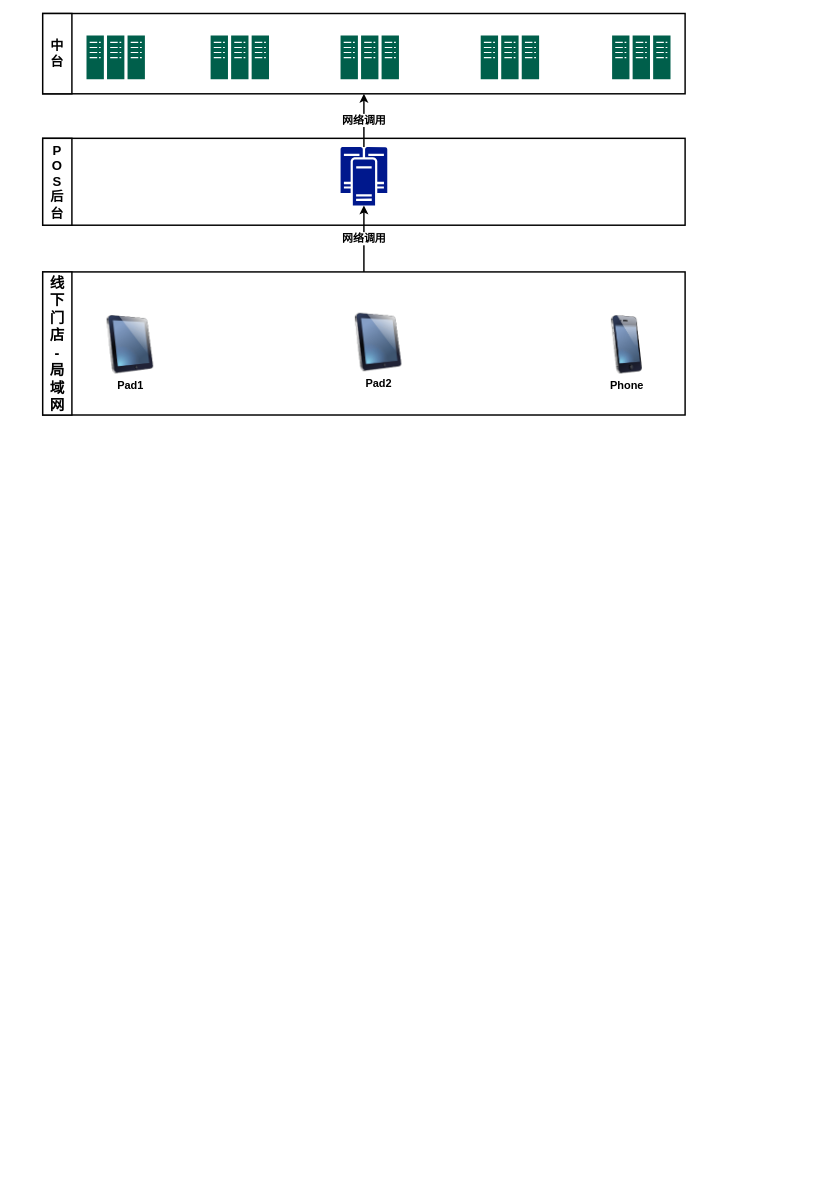
Above: page "Offline-cashier" (16 of 21) of authz/Omini-Store.drawio in jackie-thank/beego-authz (draw.io), before the change. Source tidied: cells renumbered, new cells numbered last; positions are measured from the earlier drawing's top-left corner, leaving out a move shared by most shapes. Both pictures are drawn from the tidied source at 73%, with x=0, y=0 at pixel (42, 13).
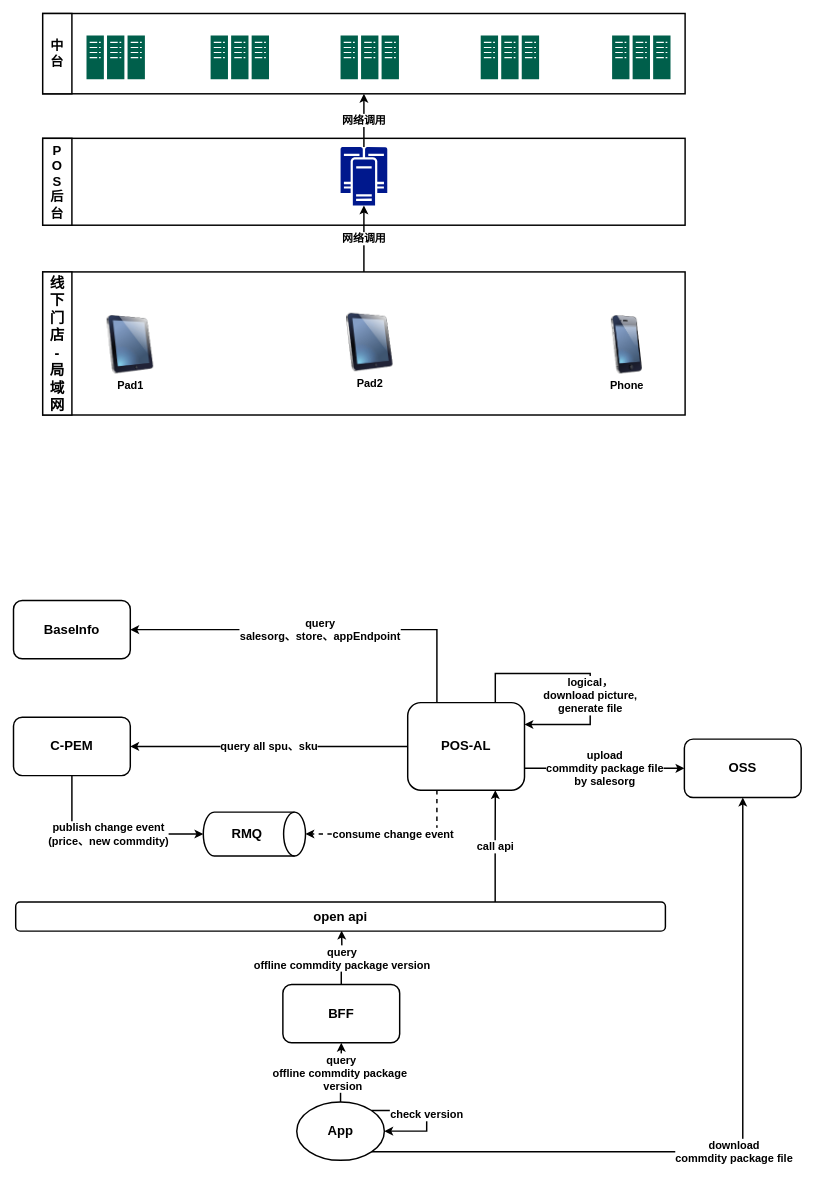
The same page after the edit.

What changed in the source:
```diff
@@
     <mxCell id="7" value="Pad2" style="image;html=1;image=img/lib/clip_art/computers/iPad_128x128.png;fontSize=15;fontStyle=1;" parent="1" vertex="1">
-      <mxGeometry x="420" y="410.5" width="80" height="80" as="geometry" />
+      <mxGeometry x="408" y="410.5" width="80" height="80" as="geometry" />
     </mxCell>
@@
+    <mxCell id="19" value="query all spu、sku" style="edgeStyle=orthogonalEdgeStyle;rounded=0;jettySize=auto;html=1;exitX=0;exitY=0.5;exitDx=0;exitDy=0;strokeWidth=2;fontSize=15;fontStyle=1;" parent="1" edge="1" source="22" target="23">
+      <mxGeometry relative="1" as="geometry" />
+    </mxCell>
+    <mxCell id="20" value="query&lt;br&gt;salesorg、store、appEndpoint" style="edgeStyle=orthogonalEdgeStyle;rounded=0;jettySize=auto;html=1;exitX=0.25;exitY=0;exitDx=0;exitDy=0;entryX=1;entryY=0.5;entryDx=0;entryDy=0;fontSize=15;fontStyle=1;strokeWidth=2;" parent="1" edge="1" source="22" target="28">
+      <mxGeometry relative="1" as="geometry" />
+    </mxCell>
+    <mxCell id="21" value="upload &lt;br&gt;commdity package file &lt;br&gt;by salesorg" style="edgeStyle=orthogonalEdgeStyle;rounded=0;jettySize=auto;html=1;exitX=1;exitY=0.75;exitDx=0;exitDy=0;entryX=0;entryY=0.5;entryDx=0;entryDy=0;strokeWidth=2;fontSize=15;fontStyle=1;" parent="1" edge="1" source="22" target="30">
+      <mxGeometry relative="1" as="geometry" />
+    </mxCell>
+    <mxCell id="22" value="POS-AL" style="rounded=1;whiteSpace=wrap;html=1;fontSize=18;fontStyle=1;strokeWidth=2;" parent="1" vertex="1">
+      <mxGeometry x="500" y="944" width="160" height="120" as="geometry" />
+    </mxCell>
+    <mxCell id="23" value="C-PEM" style="rounded=1;whiteSpace=wrap;html=1;fontSize=18;fontStyle=1;strokeWidth=2;" parent="1" vertex="1">
+      <mxGeometry x="-40" y="964" width="160" height="80" as="geometry" />
+    </mxCell>
+    <mxCell id="24" style="shape=cylinder3;whiteSpace=wrap;html=1;boundedLbl=1;backgroundOutline=1;size=15;rotation=90;strokeWidth=2;" parent="1" vertex="1">
+      <mxGeometry x="260" y="1054" width="60" height="140" as="geometry" />
+    </mxCell>
+    <mxCell id="25" value="RMQ" style="text;html=1;strokeColor=none;fillColor=none;align=center;verticalAlign=middle;whiteSpace=wrap;rounded=0;fontSize=18;fontStyle=1;" parent="1" vertex="1">
+      <mxGeometry x="250" y="1109" width="60" height="30" as="geometry" />
+    </mxCell>
+    <mxCell id="26" value="publish change event&lt;br style=&quot;font-size: 15px;&quot;&gt;(price、new commdity)" style="edgeStyle=orthogonalEdgeStyle;rounded=0;jettySize=auto;html=1;exitX=0.5;exitY=1;exitDx=0;exitDy=0;entryX=0.5;entryY=1;entryDx=0;entryDy=0;entryPerimeter=0;fontSize=15;fontStyle=1;strokeWidth=2;" parent="1" edge="1" source="23" target="24">
+      <mxGeometry relative="1" as="geometry" />
+    </mxCell>
+    <mxCell id="27" value="consume change event" style="edgeStyle=orthogonalEdgeStyle;rounded=0;jettySize=auto;html=1;exitX=0.25;exitY=1;exitDx=0;exitDy=0;entryX=0.5;entryY=0;entryDx=0;entryDy=0;entryPerimeter=0;strokeWidth=2;dashed=1;fontStyle=1;fontSize=15;" parent="1" edge="1" source="22" target="24">
+      <mxGeometry relative="1" as="geometry" />
+    </mxCell>
+    <mxCell id="28" value="BaseInfo" style="rounded=1;whiteSpace=wrap;html=1;fontSize=18;fontStyle=1;strokeWidth=2;" parent="1" vertex="1">
+      <mxGeometry x="-40" y="804" width="160" height="80" as="geometry" />
+    </mxCell>
+    <mxCell id="29" value="logical，&lt;br&gt;download picture,&lt;br style=&quot;font-size: 15px;&quot;&gt;generate file" style="edgeStyle=orthogonalEdgeStyle;rounded=0;orthogonalLoop=1;jettySize=auto;html=1;exitX=0.75;exitY=0;exitDx=0;exitDy=0;entryX=1;entryY=0.25;entryDx=0;entryDy=0;strokeWidth=2;fontSize=15;fontStyle=1;" parent="1" edge="1" source="22" target="22">
+      <mxGeometry x="0.21" relative="1" as="geometry">
+        <Array as="points">
+          <mxPoint x="620" y="904" />
+          <mxPoint x="750" y="904" />
+          <mxPoint x="750" y="974" />
+        </Array>
+      </mxGeometry>
+    </mxCell>
+    <mxCell id="30" value="OSS" style="rounded=1;whiteSpace=wrap;html=1;fontSize=18;fontStyle=1;strokeWidth=2;" parent="1" vertex="1">
+      <mxGeometry x="879" y="994" width="160" height="80" as="geometry" />
+    </mxCell>
+    <mxCell id="31" value="BFF" style="rounded=1;whiteSpace=wrap;html=1;fontSize=18;fontStyle=1;strokeWidth=2;" parent="1" vertex="1">
+      <mxGeometry x="329" y="1330" width="160" height="80" as="geometry" />
+    </mxCell>
+    <mxCell id="32" value="query&lt;br style=&quot;font-size: 15px;&quot;&gt;offline commdity package version" style="edgeStyle=orthogonalEdgeStyle;rounded=0;jettySize=auto;html=1;exitX=0.5;exitY=0;exitDx=0;exitDy=0;strokeWidth=2;fontSize=15;fontStyle=1;entryX=0.714;entryY=0.982;entryDx=0;entryDy=0;entryPerimeter=0;" parent="1" edge="1" source="31">
+      <mxGeometry relative="1" as="geometry">
+        <mxPoint x="409.5" y="1256.3" as="targetPoint" />
+      </mxGeometry>
+    </mxCell>
+    <mxCell id="33" value="query&lt;br style=&quot;font-size: 15px;&quot;&gt;offline commdity package&amp;nbsp;&lt;br&gt;&amp;nbsp;version" style="edgeStyle=orthogonalEdgeStyle;rounded=0;jettySize=auto;html=1;exitX=0.5;exitY=0;exitDx=0;exitDy=0;entryX=0.5;entryY=1;entryDx=0;entryDy=0;strokeWidth=2;fontSize=15;fontStyle=1;" parent="1" edge="1" source="35" target="31">
+      <mxGeometry relative="1" as="geometry" />
+    </mxCell>
+    <mxCell id="34" value="download&lt;br&gt;commdity package file" style="edgeStyle=orthogonalEdgeStyle;rounded=0;jettySize=auto;html=1;exitX=1;exitY=1;exitDx=0;exitDy=0;fontSize=15;fontStyle=1;strokeWidth=2;entryX=0.5;entryY=1;entryDx=0;entryDy=0;" parent="1" edge="1" source="35" target="30">
+      <mxGeometry relative="1" as="geometry" />
+    </mxCell>
+    <mxCell id="35" value="App" style="ellipse;whiteSpace=wrap;html=1;fontStyle=1;fontSize=18;strokeWidth=2;" parent="1" vertex="1">
+      <mxGeometry x="348" y="1491" width="120" height="80" as="geometry" />
+    </mxCell>
+    <mxCell id="36" value="check version" style="edgeStyle=orthogonalEdgeStyle;rounded=0;orthogonalLoop=1;jettySize=auto;html=1;exitX=1;exitY=0;exitDx=0;exitDy=0;entryX=1;entryY=0.5;entryDx=0;entryDy=0;strokeWidth=2;fontSize=15;fontStyle=1;" parent="1" edge="1" source="35" target="35">
+      <mxGeometry relative="1" as="geometry">
+        <Array as="points">
+          <mxPoint x="526" y="1503" />
+          <mxPoint x="526" y="1531" />
+        </Array>
+      </mxGeometry>
+    </mxCell>
+    <mxCell id="37" value="call api" style="edgeStyle=orthogonalEdgeStyle;rounded=0;jettySize=auto;html=1;exitX=0.738;exitY=0.015;exitDx=0;exitDy=0;entryX=0.75;entryY=1;entryDx=0;entryDy=0;exitPerimeter=0;fontStyle=1;fontSize=15;strokeWidth=2;" parent="1" edge="1" source="38" target="22">
+      <mxGeometry relative="1" as="geometry" />
+    </mxCell>
+    <mxCell id="38" value="open api" style="rounded=1;whiteSpace=wrap;html=1;fontSize=18;fontStyle=1;strokeWidth=2;" parent="1" vertex="1">
+      <mxGeometry x="-37" y="1217" width="890" height="40" as="geometry" />
+    </mxCell>
```
